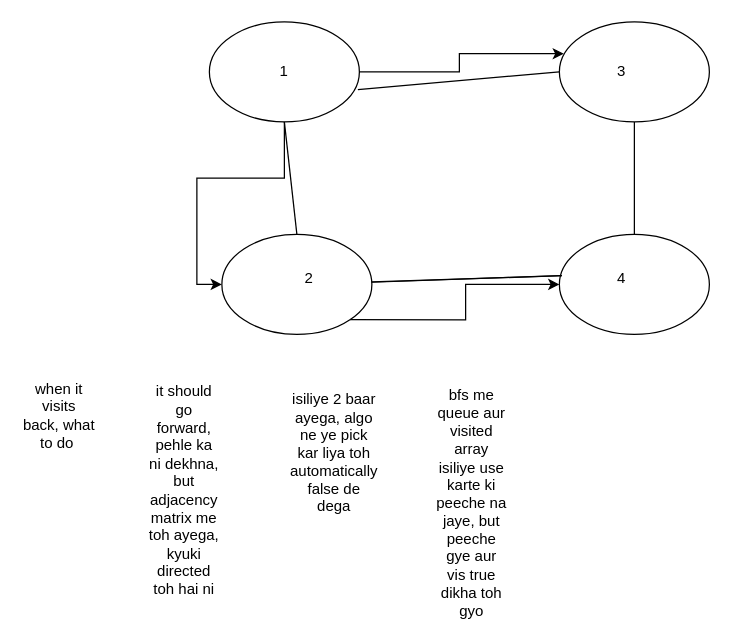
Above: Untitled Diagram.drawio in Nojhi3/diagrams (draw.io), before the change. Source tidied: cells renumbered, new cells numbered last; positions are measured from the earlier drawing's top-left corner, leaving out a move shared by most shapes. Both pictures are drawn from the tidied source at 125%, with x=0, y=0 at pixel (21, 21).
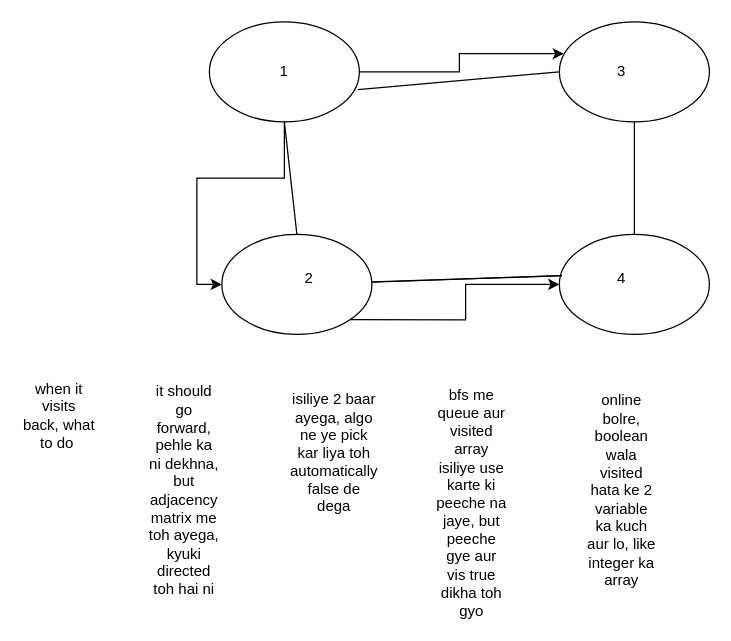
After the change.

What changed in the source:
```diff
@@
+    <mxCell id="22" value="online bolre, boolean wala visited hata ke 2 variable ka kuch aur lo, like integer ka array" style="text;html=1;align=center;verticalAlign=middle;whiteSpace=wrap;rounded=0;" parent="1" vertex="1">
+      <mxGeometry x="450" y="360" width="60" height="30" as="geometry" />
+    </mxCell>
```
